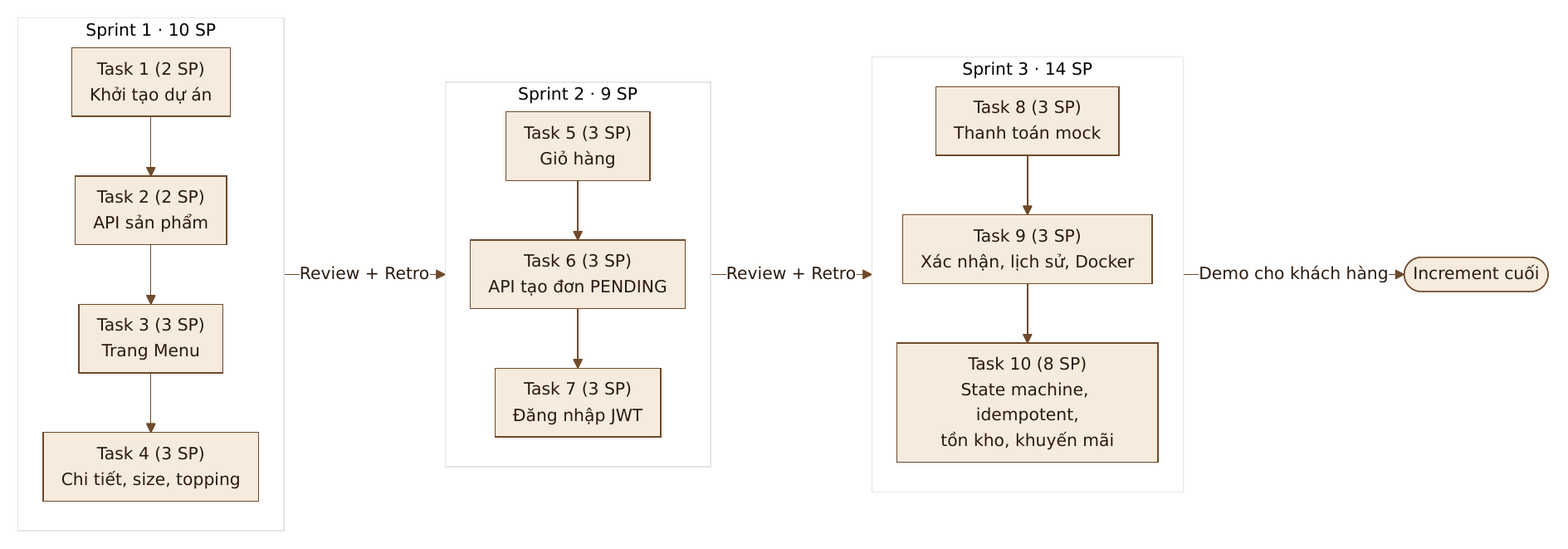
The Mermaid diagram report/diagrams/png/roadmap.png in kaiqwwp/brewlite, before a commit. Its source is kept beside it as report/diagrams/roadmap.mmd. The source it was exported from:
```mermaid
flowchart LR
  subgraph S1["Sprint 1 · 10 SP"]
    direction TB
    t1["Task 1 (2 SP)\nKhởi tạo dự án"] --> t2["Task 2 (2 SP)\nAPI sản phẩm"] --> t3["Task 3 (3 SP)\nTrang Menu"] --> t4["Task 4 (3 SP)\nChi tiết, size, topping"]
  end
  subgraph S2["Sprint 2 · 9 SP"]
    direction TB
    t5["Task 5 (3 SP)\nGiỏ hàng"] --> t6["Task 6 (3 SP)\nAPI tạo đơn PENDING"] --> t7["Task 7 (3 SP)\nĐăng nhập JWT"]
  end
  subgraph S3["Sprint 3 · 14 SP"]
    direction TB
    t8["Task 8 (3 SP)\nThanh toán mock"] --> t9["Task 9 (3 SP)\nXác nhận, lịch sử, Docker"] --> t10["Task 10 (8 SP)\nState machine, idempotent,\ntồn kho, khuyến mãi"]
  end
  S1 -->|Review + Retro| S2 -->|Review + Retro| S3 -->|Demo cho khách hàng| done(["Increment cuối"])
```
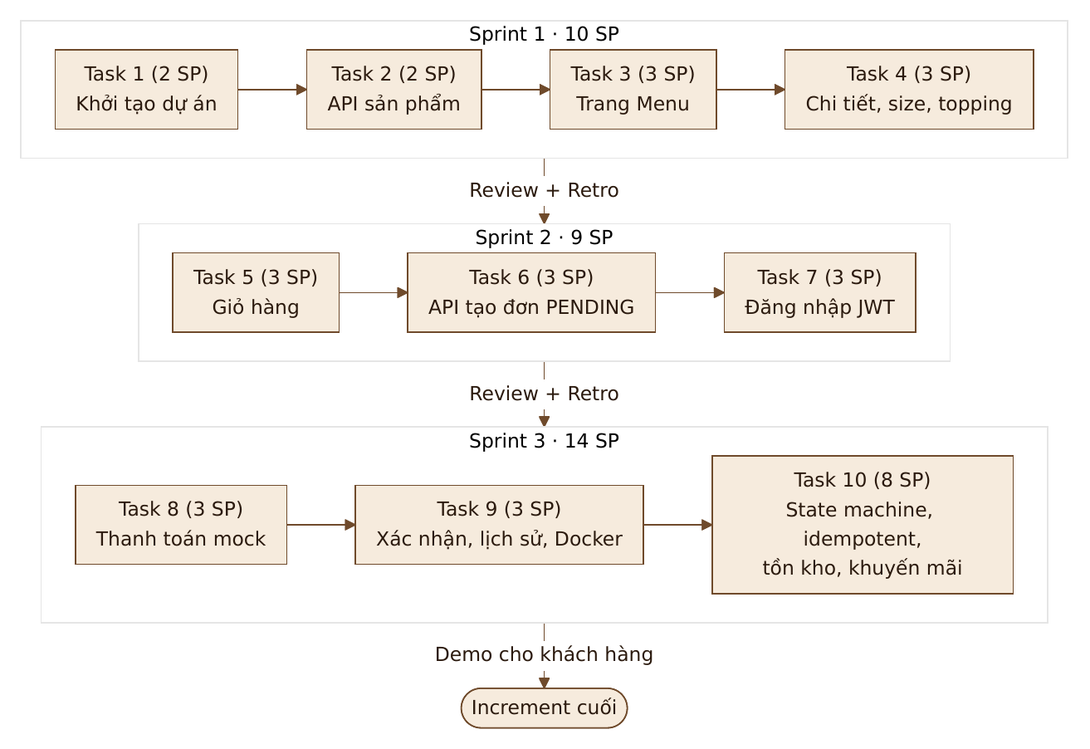
After the commit.

Change to the diagram source:
```diff
@@ -1,14 +1,14 @@
-flowchart LR
+flowchart TB
   subgraph S1["Sprint 1 · 10 SP"]
-    direction TB
-    t1["Task 1 (2 SP)\nKhởi tạo dự án"] --> t2["Task 2 (2 SP)\nAPI sản phẩm"] --> t3["Task 3 (3 SP)\nTrang Menu"] --> t4["Task 4 (3 SP)\nChi tiết, size, topping"]
+    direction LR
+    t1["Task 1 (2 SP)<br/>Khởi tạo dự án"] --> t2["Task 2 (2 SP)<br/>API sản phẩm"] --> t3["Task 3 (3 SP)<br/>Trang Menu"] --> t4["Task 4 (3 SP)<br/>Chi tiết, size, topping"]
   end
   subgraph S2["Sprint 2 · 9 SP"]
-    direction TB
-    t5["Task 5 (3 SP)\nGiỏ hàng"] --> t6["Task 6 (3 SP)\nAPI tạo đơn PENDING"] --> t7["Task 7 (3 SP)\nĐăng nhập JWT"]
+    direction LR
+    t5["Task 5 (3 SP)<br/>Giỏ hàng"] --> t6["Task 6 (3 SP)<br/>API tạo đơn PENDING"] --> t7["Task 7 (3 SP)<br/>Đăng nhập JWT"]
   end
   subgraph S3["Sprint 3 · 14 SP"]
-    direction TB
-    t8["Task 8 (3 SP)\nThanh toán mock"] --> t9["Task 9 (3 SP)\nXác nhận, lịch sử, Docker"] --> t10["Task 10 (8 SP)\nState machine, idempotent,\ntồn kho, khuyến mãi"]
+    direction LR
+    t8["Task 8 (3 SP)<br/>Thanh toán mock"] --> t9["Task 9 (3 SP)<br/>Xác nhận, lịch sử, Docker"] --> t10["Task 10 (8 SP)<br/>State machine, idempotent,<br/>tồn kho, khuyến mãi"]
   end
   S1 -->|Review + Retro| S2 -->|Review + Retro| S3 -->|Demo cho khách hàng| done(["Increment cuối"])
```
